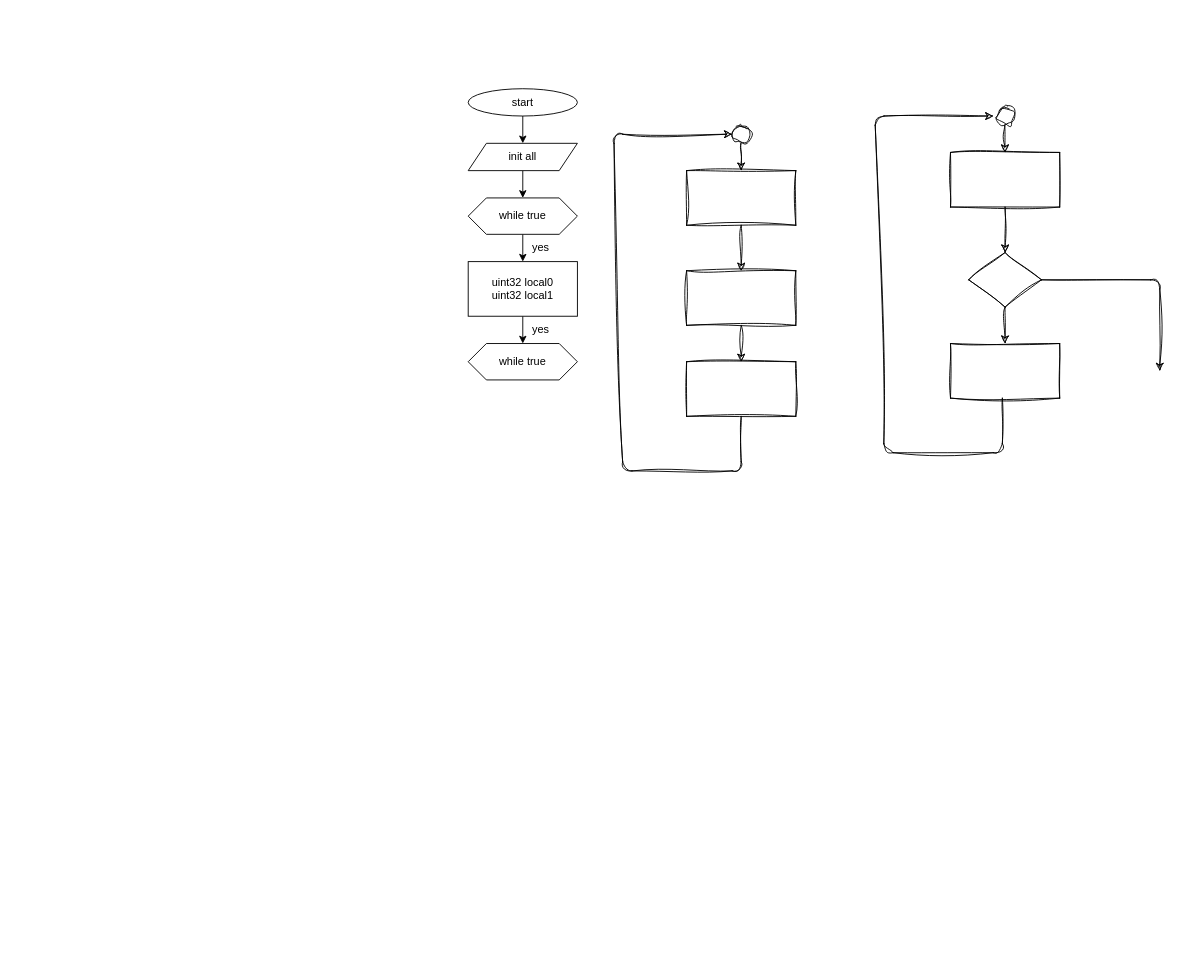
Before: block_diagram/rx.drawio in gev/reacthome-firmware, a draw.io diagram. Source tidied: cells renumbered, new cells numbered last; positions are measured from the earlier drawing's top-left corner, leaving out a move shared by most shapes. Both pictures are drawn from the tidied source at 91%, with x=0, y=0 at pixel (468, 88).
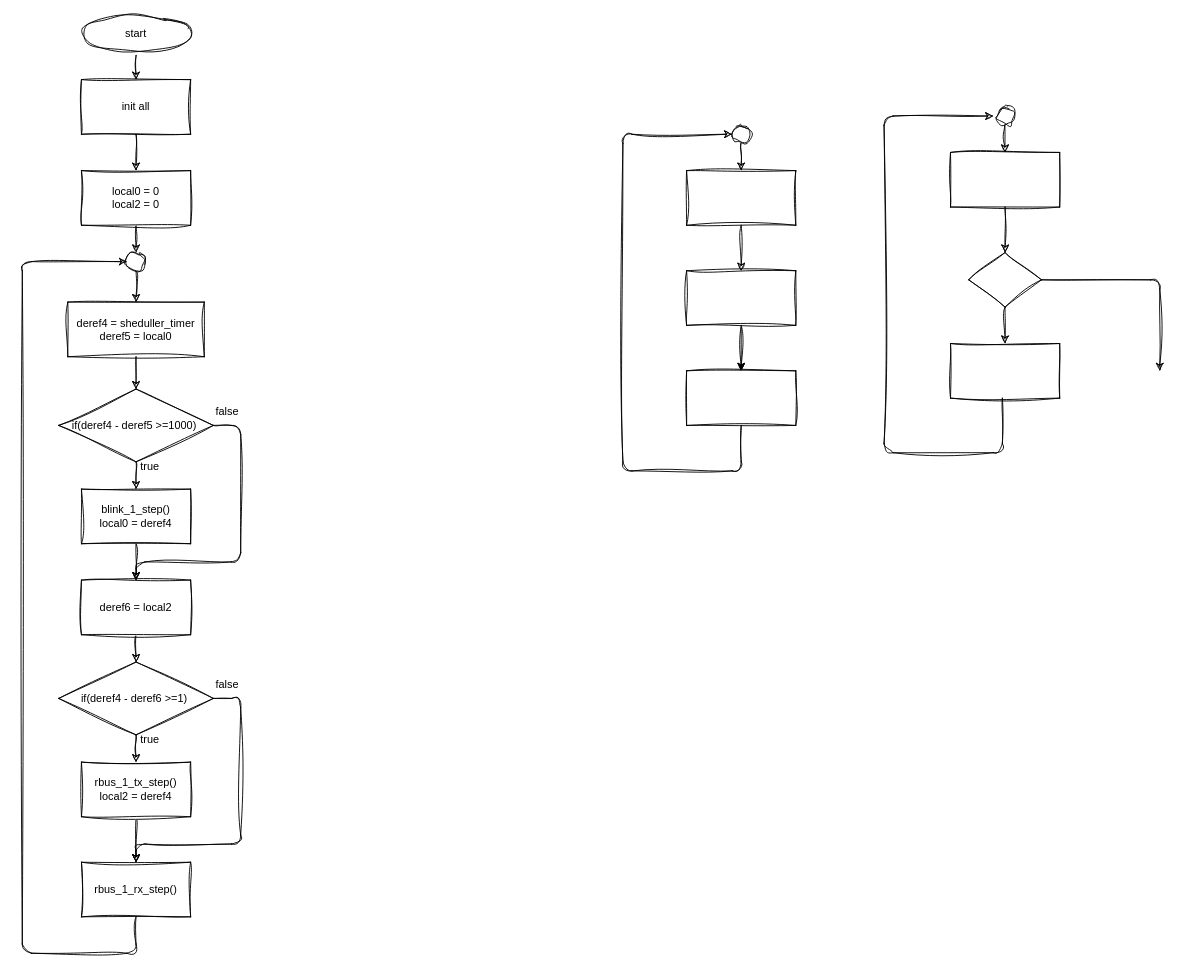
The same page after the edit.

The edit, as a diff of the source:
```diff
@@
-    <mxCell id="2" style="edgeStyle=none;html=1;entryX=0.5;entryY=0;entryDx=0;entryDy=0;" parent="1" edge="1" source="3" target="5">
-      <mxGeometry relative="1" as="geometry" />
-    </mxCell>
-    <mxCell id="3" value="start" style="ellipse;whiteSpace=wrap;html=1;" parent="1" vertex="1">
-      <mxGeometry width="120" height="30" as="geometry" />
-    </mxCell>
-    <mxCell id="4" style="edgeStyle=none;html=1;exitX=0.5;exitY=1;exitDx=0;exitDy=0;entryX=0.5;entryY=0;entryDx=0;entryDy=0;" parent="1" edge="1" source="5">
-      <mxGeometry relative="1" as="geometry">
-        <mxPoint x="60" y="120" as="targetPoint" />
-      </mxGeometry>
-    </mxCell>
-    <mxCell id="5" value="init all" style="shape=parallelogram;perimeter=parallelogramPerimeter;whiteSpace=wrap;html=1;fixedSize=1;" parent="1" vertex="1">
-      <mxGeometry y="60" width="120" height="30" as="geometry" />
-    </mxCell>
-    <mxCell id="6" style="edgeStyle=none;html=1;exitX=0.5;exitY=1;exitDx=0;exitDy=0;entryX=0.5;entryY=0;entryDx=0;entryDy=0;" parent="1" edge="1" target="8">
-      <mxGeometry relative="1" as="geometry">
-        <mxPoint x="60" y="160" as="sourcePoint" />
-      </mxGeometry>
-    </mxCell>
-    <mxCell id="7" style="edgeStyle=none;html=1;exitX=0.5;exitY=1;exitDx=0;exitDy=0;" parent="1" edge="1" source="8">
-      <mxGeometry relative="1" as="geometry">
-        <mxPoint x="60" y="280" as="targetPoint" />
-      </mxGeometry>
-    </mxCell>
-    <mxCell id="8" value="uint32 local0&lt;br&gt;uint32 local1" style="rounded=0;whiteSpace=wrap;html=1;" parent="1" vertex="1">
-      <mxGeometry y="190" width="120" height="60" as="geometry" />
-    </mxCell>
-    <mxCell id="9" value="yes" style="text;strokeColor=none;align=center;fillColor=none;html=1;verticalAlign=middle;whiteSpace=wrap;rounded=0;" parent="1" vertex="1">
-      <mxGeometry x="50" y="160" width="60" height="30" as="geometry" />
-    </mxCell>
-    <mxCell id="10" value="while true" style="shape=hexagon;perimeter=hexagonPerimeter2;whiteSpace=wrap;html=1;fixedSize=1;" parent="1" vertex="1">
-      <mxGeometry y="120" width="120" height="40" as="geometry" />
-    </mxCell>
-    <mxCell id="11" value="while true" style="shape=hexagon;perimeter=hexagonPerimeter2;whiteSpace=wrap;html=1;fixedSize=1;" parent="1" vertex="1">
-      <mxGeometry y="280" width="120" height="40" as="geometry" />
-    </mxCell>
-    <mxCell id="12" value="yes" style="text;strokeColor=none;align=center;fillColor=none;html=1;verticalAlign=middle;whiteSpace=wrap;rounded=0;" parent="1" vertex="1">
-      <mxGeometry x="50" y="250" width="60" height="30" as="geometry" />
-    </mxCell>
-    <mxCell id="13" style="rounded=0;whiteSpace=wrap;html=1;sketch=1;hachureGap=4;jiggle=2;curveFitting=1;fontFamily=Architects Daughter;fontSize=20;" parent="1" vertex="1">
+    <mxCell id="13" style="rounded=0;whiteSpace=wrap;html=1;hachureGap=4;fontFamily=Architects Daughter;fontSize=20;sketch=1;curveFitting=1;jiggle=2;" parent="1" vertex="1">
       <mxGeometry x="240" y="90" width="120" height="60" as="geometry" />
     </mxCell>
-    <mxCell id="14" style="rounded=0;whiteSpace=wrap;html=1;sketch=1;hachureGap=4;jiggle=2;curveFitting=1;fontFamily=Architects Daughter;fontSize=20;" parent="1" vertex="1">
-      <mxGeometry x="240" y="300" width="120" height="60" as="geometry" />
+    <mxCell id="14" style="rounded=0;whiteSpace=wrap;html=1;hachureGap=4;fontFamily=Architects Daughter;fontSize=20;sketch=1;curveFitting=1;jiggle=2;" parent="1" vertex="1">
+      <mxGeometry x="240" y="310" width="120" height="60" as="geometry" />
     </mxCell>
+    <mxCell id="30" style="edgeStyle=none;sketch=0;html=1;" parent="1" edge="1" source="15" target="14">
+      <mxGeometry relative="1" as="geometry" />
+    </mxCell>
-    <mxCell id="15" style="rounded=0;whiteSpace=wrap;html=1;sketch=1;hachureGap=4;jiggle=2;curveFitting=1;fontFamily=Architects Daughter;fontSize=20;" parent="1" vertex="1">
+    <mxCell id="15" style="rounded=0;whiteSpace=wrap;html=1;hachureGap=4;fontFamily=Architects Daughter;fontSize=20;sketch=1;curveFitting=1;jiggle=2;" parent="1" vertex="1">
       <mxGeometry x="240" y="200" width="120" height="60" as="geometry" />
     </mxCell>
-    <mxCell id="16" style="endArrow=classic;html=1;sketch=1;hachureGap=4;jiggle=2;curveFitting=1;fontFamily=Architects Daughter;fontSize=16;entryX=0.5;entryY=0;entryDx=0;entryDy=0;exitX=0.5;exitY=1;exitDx=0;exitDy=0;" parent="1" edge="1" source="13" target="15">
+    <mxCell id="16" style="endArrow=classic;html=1;hachureGap=4;fontFamily=Architects Daughter;fontSize=16;exitX=0.5;exitY=1;exitDx=0;exitDy=0;sketch=1;curveFitting=1;jiggle=2;entryX=0.5;entryY=0;entryDx=0;entryDy=0;" parent="1" edge="1" source="13" target="15">
       <mxGeometry relative="1" as="geometry" />
     </mxCell>
-    <mxCell id="17" style="endArrow=classic;html=1;sketch=1;hachureGap=4;jiggle=2;curveFitting=1;fontFamily=Architects Daughter;fontSize=16;" parent="1" edge="1">
-      <mxGeometry relative="1" as="geometry">
-        <mxPoint x="300" y="260" as="sourcePoint" />
-        <mxPoint x="300" y="300" as="targetPoint" />
-      </mxGeometry>
+    <mxCell id="17" style="endArrow=classic;html=1;hachureGap=4;fontFamily=Architects Daughter;fontSize=16;sketch=1;curveFitting=1;jiggle=2;entryX=0.5;entryY=0;entryDx=0;entryDy=0;exitX=0.5;exitY=1;exitDx=0;exitDy=0;" parent="1" edge="1" source="15" target="14">
+      <mxGeometry relative="1" as="geometry" />
     </mxCell>
-    <mxCell id="18" style="ellipse;whiteSpace=wrap;html=1;sketch=1;hachureGap=4;jiggle=2;curveFitting=1;fontFamily=Architects Daughter;fontSize=20;" parent="1" vertex="1">
+    <mxCell id="18" style="ellipse;whiteSpace=wrap;html=1;hachureGap=4;fontFamily=Architects Daughter;fontSize=20;sketch=1;curveFitting=1;jiggle=2;" parent="1" vertex="1">
       <mxGeometry x="290" y="40" width="20" height="20" as="geometry" />
     </mxCell>
-    <mxCell id="19" style="endArrow=classic;html=1;sketch=1;hachureGap=4;jiggle=2;curveFitting=1;fontFamily=Architects Daughter;fontSize=16;exitX=0.5;exitY=1;exitDx=0;exitDy=0;" parent="1" edge="1">
+    <mxCell id="19" style="endArrow=classic;html=1;hachureGap=4;fontFamily=Architects Daughter;fontSize=16;exitX=0.5;exitY=1;exitDx=0;exitDy=0;sketch=1;curveFitting=1;jiggle=2;" parent="1" edge="1">
       <mxGeometry relative="1" as="geometry">
         <mxPoint x="299.7" y="60" as="sourcePoint" />
         <mxPoint x="300" y="90" as="targetPoint" />
       </mxGeometry>
     </mxCell>
@@
-    <mxCell id="28" style="endArrow=classic;html=1;sketch=1;hachureGap=4;jiggle=2;curveFitting=1;fontFamily=Architects Daughter;fontSize=16;exitX=0.5;exitY=1;exitDx=0;exitDy=0;" parent="1" edge="1" source="14">
+    <mxCell id="28" style="endArrow=classic;html=1;hachureGap=4;fontFamily=Architects Daughter;fontSize=16;exitX=0.5;exitY=1;exitDx=0;exitDy=0;sketch=1;curveFitting=1;jiggle=2;" parent="1" edge="1" source="14">
       <mxGeometry relative="1" as="geometry">
         <mxPoint x="290" y="50" as="targetPoint" />
         <Array as="points">
           <mxPoint x="300" y="420" />
           <mxPoint x="170" y="420" />
-          <mxPoint x="160" y="50" />
+          <mxPoint x="170" y="50" />
         </Array>
       </mxGeometry>
     </mxCell>
     <mxCell id="29" style="endArrow=classic;html=1;sketch=1;hachureGap=4;jiggle=2;curveFitting=1;fontFamily=Architects Daughter;fontSize=16;exitX=0.5;exitY=1;exitDx=0;exitDy=0;" parent="1" edge="1">
       <mxGeometry relative="1" as="geometry">
         <mxPoint x="587" y="340" as="sourcePoint" />
         <mxPoint x="577" y="30" as="targetPoint" />
         <Array as="points">
           <mxPoint x="587" y="400" />
           <mxPoint x="457" y="400" />
-          <mxPoint x="447" y="30" />
+          <mxPoint x="457" y="30" />
         </Array>
       </mxGeometry>
     </mxCell>
+    <mxCell id="2" style="edgeStyle=none;html=1;entryX=0.5;entryY=0;entryDx=0;entryDy=0;shadow=0;sketch=1;curveFitting=1;jiggle=2;" parent="1" edge="1" source="3" target="5">
+      <mxGeometry relative="1" as="geometry" />
+    </mxCell>
+    <mxCell id="3" value="start" style="ellipse;whiteSpace=wrap;html=1;shadow=0;sketch=1;curveFitting=1;jiggle=2;" parent="1" vertex="1">
+      <mxGeometry x="-425" y="-80" width="120" height="40" as="geometry" />
+    </mxCell>
+    <mxCell id="31" style="edgeStyle=none;html=1;entryX=0.5;entryY=0;entryDx=0;entryDy=0;shadow=0;sketch=1;curveFitting=1;jiggle=2;" parent="1" edge="1" source="5">
+      <mxGeometry relative="1" as="geometry">
+        <mxPoint x="-365" y="90" as="targetPoint" />
+      </mxGeometry>
+    </mxCell>
+    <mxCell id="5" value="init all" style="rounded=0;whiteSpace=wrap;html=1;shadow=0;sketch=1;curveFitting=1;jiggle=2;" parent="1" vertex="1">
+      <mxGeometry x="-425" y="-10" width="120" height="60" as="geometry" />
+    </mxCell>
+    <mxCell id="32" style="edgeStyle=none;html=1;exitX=0.5;exitY=1;exitDx=0;exitDy=0;entryX=0.5;entryY=0;entryDx=0;entryDy=0;shadow=0;sketch=1;curveFitting=1;jiggle=2;" parent="1" edge="1" source="33" target="35">
+      <mxGeometry relative="1" as="geometry" />
+    </mxCell>
+    <mxCell id="33" value="local0 = 0&lt;br&gt;local2 = 0" style="rounded=0;whiteSpace=wrap;html=1;shadow=0;sketch=1;curveFitting=1;jiggle=2;" parent="1" vertex="1">
+      <mxGeometry x="-425" y="90" width="120" height="60" as="geometry" />
+    </mxCell>
+    <mxCell id="34" style="edgeStyle=none;html=1;exitX=0.5;exitY=1;exitDx=0;exitDy=0;entryX=0.5;entryY=0;entryDx=0;entryDy=0;shadow=0;sketch=1;curveFitting=1;jiggle=2;" parent="1" edge="1" source="35" target="37">
+      <mxGeometry relative="1" as="geometry" />
+    </mxCell>
+    <mxCell id="35" style="ellipse;whiteSpace=wrap;html=1;shadow=0;sketch=1;curveFitting=1;jiggle=2;" parent="1" vertex="1">
+      <mxGeometry x="-375" y="180" width="20" height="20" as="geometry" />
+    </mxCell>
+    <mxCell id="36" style="edgeStyle=none;html=1;exitX=0.5;exitY=1;exitDx=0;exitDy=0;entryX=0.5;entryY=0;entryDx=0;entryDy=0;shadow=0;sketch=1;curveFitting=1;jiggle=2;" parent="1" edge="1" source="37" target="40">
+      <mxGeometry relative="1" as="geometry" />
+    </mxCell>
+    <mxCell id="37" value="deref4 = sheduller_timer&lt;br&gt;deref5 = local0" style="rounded=0;whiteSpace=wrap;html=1;shadow=0;sketch=1;curveFitting=1;jiggle=2;" parent="1" vertex="1">
+      <mxGeometry x="-440" y="234.5" width="150" height="60" as="geometry" />
+    </mxCell>
+    <mxCell id="38" style="edgeStyle=none;html=1;exitX=0.5;exitY=1;exitDx=0;exitDy=0;entryX=0.5;entryY=0;entryDx=0;entryDy=0;shadow=0;sketch=1;curveFitting=1;jiggle=2;" parent="1" edge="1" source="40" target="42">
+      <mxGeometry relative="1" as="geometry" />
+    </mxCell>
+    <mxCell id="39" style="edgeStyle=none;html=1;entryX=0.5;entryY=0;entryDx=0;entryDy=0;exitX=1;exitY=0.5;exitDx=0;exitDy=0;shadow=0;sketch=1;curveFitting=1;jiggle=2;" parent="1" edge="1" source="40" target="44">
+      <mxGeometry relative="1" as="geometry">
+        <Array as="points">
+          <mxPoint x="-250" y="370" />
+          <mxPoint x="-250" y="520" />
+          <mxPoint x="-365" y="520" />
+        </Array>
+      </mxGeometry>
+    </mxCell>
+    <mxCell id="40" value="if(deref4 - deref5 &amp;gt;=1000)&amp;nbsp;" style="rhombus;whiteSpace=wrap;html=1;shadow=0;sketch=1;curveFitting=1;jiggle=2;" parent="1" vertex="1">
+      <mxGeometry x="-450" y="330" width="170" height="80" as="geometry" />
+    </mxCell>
+    <mxCell id="41" style="edgeStyle=none;html=1;exitX=0.5;exitY=1;exitDx=0;exitDy=0;entryX=0.5;entryY=0;entryDx=0;entryDy=0;shadow=0;sketch=1;curveFitting=1;jiggle=2;" parent="1" edge="1" source="42" target="44">
+      <mxGeometry relative="1" as="geometry" />
+    </mxCell>
+    <mxCell id="42" value="blink_1_step()&lt;br&gt;local0 = deref4" style="rounded=0;whiteSpace=wrap;html=1;shadow=0;sketch=1;curveFitting=1;jiggle=2;" parent="1" vertex="1">
+      <mxGeometry x="-425" y="440" width="120" height="60" as="geometry" />
+    </mxCell>
+    <mxCell id="43" style="edgeStyle=none;html=1;exitX=0.5;exitY=1;exitDx=0;exitDy=0;entryX=0.5;entryY=0;entryDx=0;entryDy=0;shadow=0;sketch=1;curveFitting=1;jiggle=2;" parent="1" edge="1" source="44" target="47">
+      <mxGeometry relative="1" as="geometry" />
+    </mxCell>
+    <mxCell id="44" value="deref6 = local2" style="rounded=0;whiteSpace=wrap;html=1;shadow=0;sketch=1;curveFitting=1;jiggle=2;" parent="1" vertex="1">
+      <mxGeometry x="-425" y="540" width="120" height="60" as="geometry" />
+    </mxCell>
+    <mxCell id="45" style="edgeStyle=none;html=1;exitX=0.5;exitY=1;exitDx=0;exitDy=0;entryX=0.5;entryY=0;entryDx=0;entryDy=0;shadow=0;sketch=1;curveFitting=1;jiggle=2;" parent="1" edge="1" source="47" target="49">
+      <mxGeometry relative="1" as="geometry" />
+    </mxCell>
+    <mxCell id="46" style="edgeStyle=none;html=1;exitX=1;exitY=0.5;exitDx=0;exitDy=0;entryX=0.5;entryY=0;entryDx=0;entryDy=0;shadow=0;sketch=1;curveFitting=1;jiggle=2;" parent="1" edge="1" source="47" target="51">
+      <mxGeometry relative="1" as="geometry">
+        <Array as="points">
+          <mxPoint x="-250" y="670" />
+          <mxPoint x="-250" y="830" />
+          <mxPoint x="-365" y="830" />
+        </Array>
+      </mxGeometry>
+    </mxCell>
+    <mxCell id="47" value="if(deref4 - deref6 &amp;gt;=1)&amp;nbsp;" style="rhombus;whiteSpace=wrap;html=1;shadow=0;sketch=1;curveFitting=1;jiggle=2;" parent="1" vertex="1">
+      <mxGeometry x="-450" y="630" width="170" height="80" as="geometry" />
+    </mxCell>
+    <mxCell id="48" style="edgeStyle=none;html=1;exitX=0.5;exitY=1;exitDx=0;exitDy=0;entryX=0.5;entryY=0;entryDx=0;entryDy=0;shadow=0;sketch=1;curveFitting=1;jiggle=2;" parent="1" edge="1" source="49" target="51">
+      <mxGeometry relative="1" as="geometry" />
+    </mxCell>
+    <mxCell id="49" value="rbus_1_tx_step()&lt;br&gt;local2 = deref4" style="rounded=0;whiteSpace=wrap;html=1;shadow=0;sketch=1;curveFitting=1;jiggle=2;" parent="1" vertex="1">
+      <mxGeometry x="-425" y="740" width="120" height="60" as="geometry" />
+    </mxCell>
+    <mxCell id="50" style="edgeStyle=none;html=1;exitX=0.5;exitY=1;exitDx=0;exitDy=0;entryX=0;entryY=0.5;entryDx=0;entryDy=0;shadow=0;sketch=1;curveFitting=1;jiggle=2;" parent="1" edge="1" source="51" target="35">
+      <mxGeometry relative="1" as="geometry">
+        <Array as="points">
+          <mxPoint x="-365" y="950" />
+          <mxPoint x="-490" y="950" />
+          <mxPoint x="-490" y="190" />
+        </Array>
+      </mxGeometry>
+    </mxCell>
+    <mxCell id="51" value="rbus_1_rx_step()" style="rounded=0;whiteSpace=wrap;html=1;shadow=0;sketch=1;curveFitting=1;jiggle=2;" parent="1" vertex="1">
+      <mxGeometry x="-425" y="850" width="120" height="60" as="geometry" />
+    </mxCell>
+    <mxCell id="52" value="true" style="text;html=1;align=center;verticalAlign=middle;strokeColor=none;fillColor=none;" parent="1" vertex="1">
+      <mxGeometry x="-370" y="400" width="40" height="30" as="geometry" />
+    </mxCell>
+    <mxCell id="53" value="true" style="text;html=1;align=center;verticalAlign=middle;strokeColor=none;fillColor=none;" parent="1" vertex="1">
+      <mxGeometry x="-370" y="700" width="40" height="30" as="geometry" />
+    </mxCell>
+    <mxCell id="54" value="false" style="text;html=1;align=center;verticalAlign=middle;strokeColor=none;fillColor=none;" parent="1" vertex="1">
+      <mxGeometry x="-290" y="340" width="50" height="30" as="geometry" />
+    </mxCell>
+    <mxCell id="55" value="false" style="text;html=1;align=center;verticalAlign=middle;strokeColor=none;fillColor=none;" parent="1" vertex="1">
+      <mxGeometry x="-290" y="640" width="50" height="30" as="geometry" />
+    </mxCell>
```
